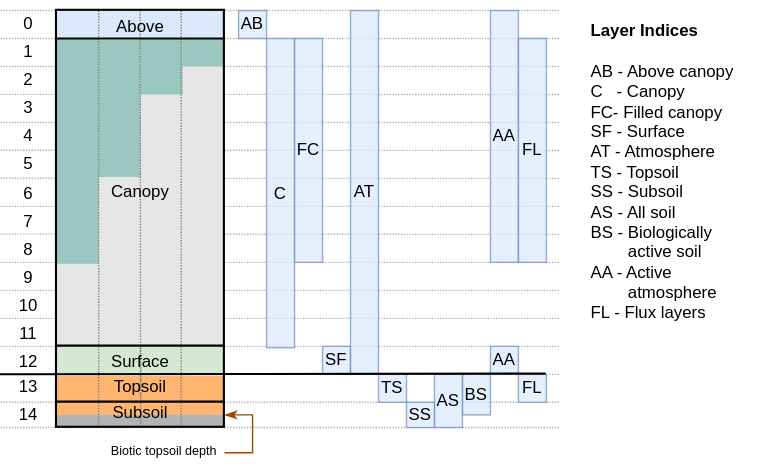
Before: docs/source/_static/images/layer_structure.svg, a diagram exported from draw.io (ImperialCollegeLondon/virtual_ecosystem). Source tidied: cells renumbered, new cells last; positions are measured from the earlier drawing's top-left corner, leaving out a move shared by most shapes.
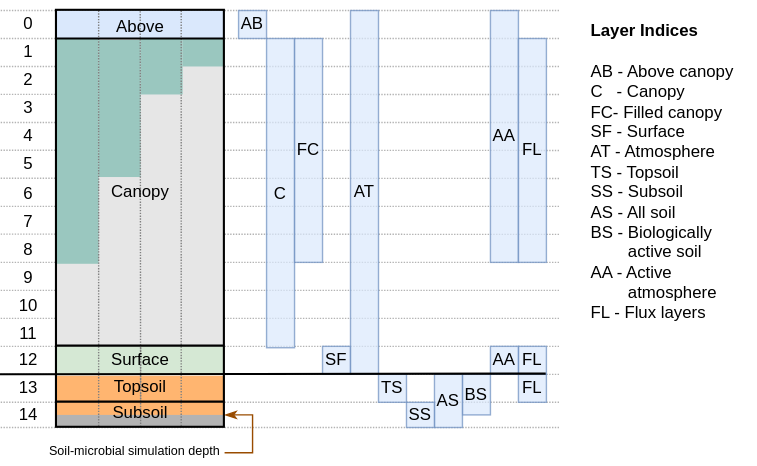
Later version of the same file.

Commit message:
Corrected flux layers in layer structure diagram

The edit, as a diff of the source:
```diff
@@ -110,6 +110,9 @@
         <mxPoint x="400" y="298" as="targetPoint" />
       </mxGeometry>
     </mxCell>
+    <mxCell id="76" value="FL" style="rounded=0;whiteSpace=wrap;html=1;fillColor=#dae8fc;strokeColor=#6c8ebf;opacity=70;" parent="1" vertex="1">
+      <mxGeometry x="370" y="240" width="20" height="20" as="geometry" />
+    </mxCell>
     <mxCell id="22" value="Shading" parent="0" />
     <mxCell id="23" style="rounded=0;whiteSpace=wrap;html=1;fillColor=#dae8fc;strokeColor=none;" parent="22" vertex="1">
       <mxGeometry x="40" width="120" height="20" as="geometry" />
@@ -187,8 +190,8 @@
     <mxCell id="45" value="Surface" style="text;html=1;strokeColor=none;fillColor=none;align=center;verticalAlign=middle;whiteSpace=wrap;rounded=0;" parent="37" vertex="1">
       <mxGeometry x="70" y="235.5" width="60" height="30" as="geometry" />
     </mxCell>
-    <mxCell id="46" value="Biotic topsoil depth" style="text;html=1;strokeColor=none;fillColor=none;align=center;verticalAlign=middle;whiteSpace=wrap;rounded=0;fontSize=9;" parent="37" vertex="1">
-      <mxGeometry x="37" y="305" width="160" height="20" as="geometry" />
+    <mxCell id="46" value="Soil-microbial simulation depth" style="text;html=1;strokeColor=none;fillColor=none;align=center;verticalAlign=middle;whiteSpace=wrap;rounded=0;fontSize=9;" parent="37" vertex="1">
+      <mxGeometry x="16" y="305" width="160" height="20" as="geometry" />
     </mxCell>
     <mxCell id="47" value="8" style="text;html=1;strokeColor=none;fillColor=none;align=center;verticalAlign=middle;whiteSpace=wrap;rounded=0;strokeWidth=1;" parent="37" vertex="1">
       <mxGeometry x="10" y="163" width="20" height="15" as="geometry" />
```
